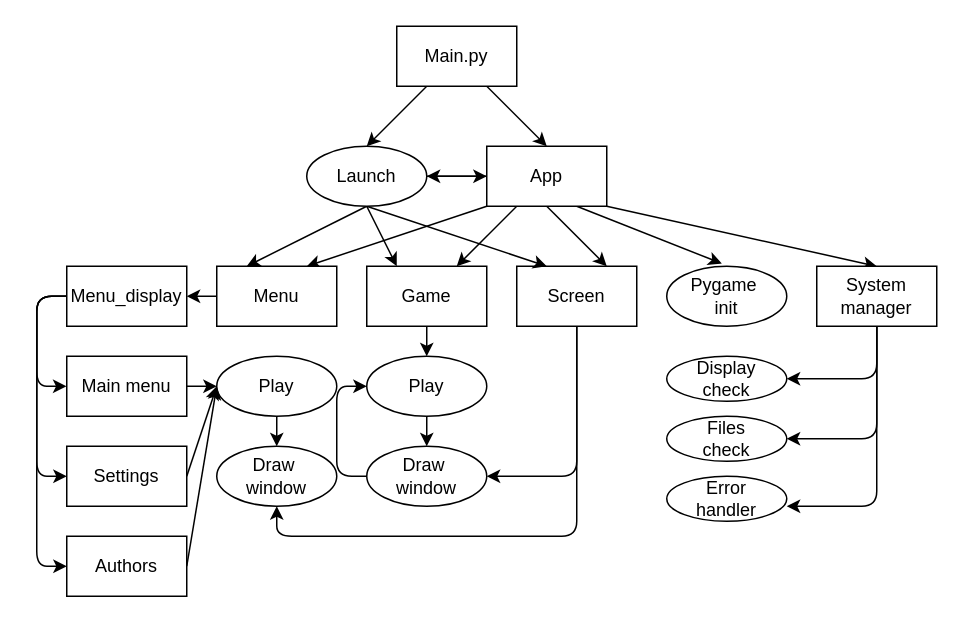
This is drawio.drawio from shaertiar/Python-Escape-from-Fight-Club, a draw.io file, before an edit. Source tidied: cells renumbered, new cells numbered last; positions are measured from the earlier drawing's top-left corner, leaving out a move shared by most shapes. Both pictures are drawn from the tidied source at 150%, with x=0, y=0 at pixel (36, 26).
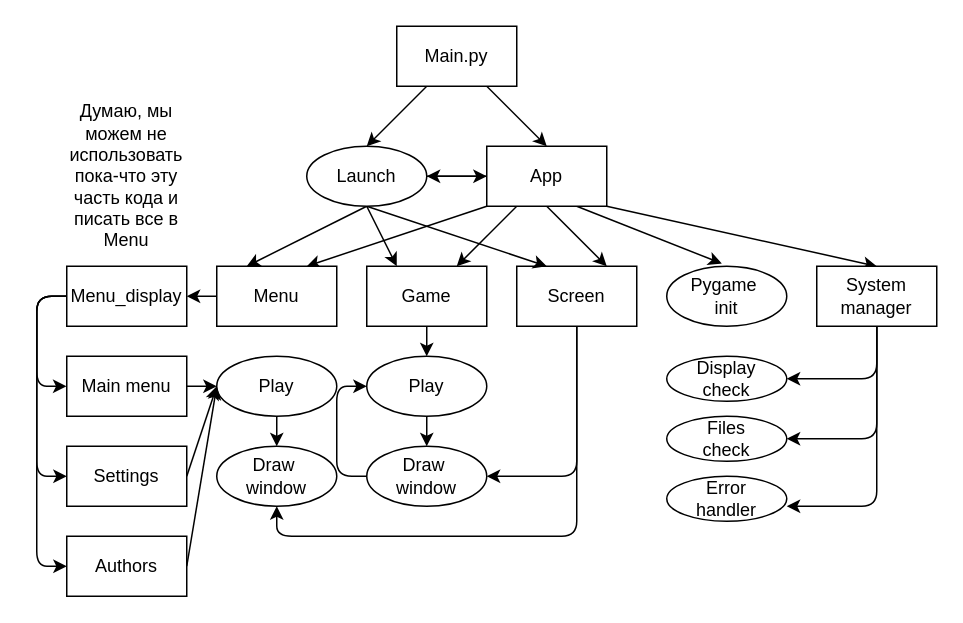
After the change.

The edit, as a diff of the source:
```diff
@@
+    <mxCell id="49" value="Думаю, мы можем не использовать пока-что эту часть кода и писать все в Menu" style="text;strokeColor=none;align=center;fillColor=none;html=1;verticalAlign=middle;whiteSpace=wrap;rounded=0;" parent="1" vertex="1">
+      <mxGeometry x="20" y="40" width="80" height="120" as="geometry" />
+    </mxCell>
```
